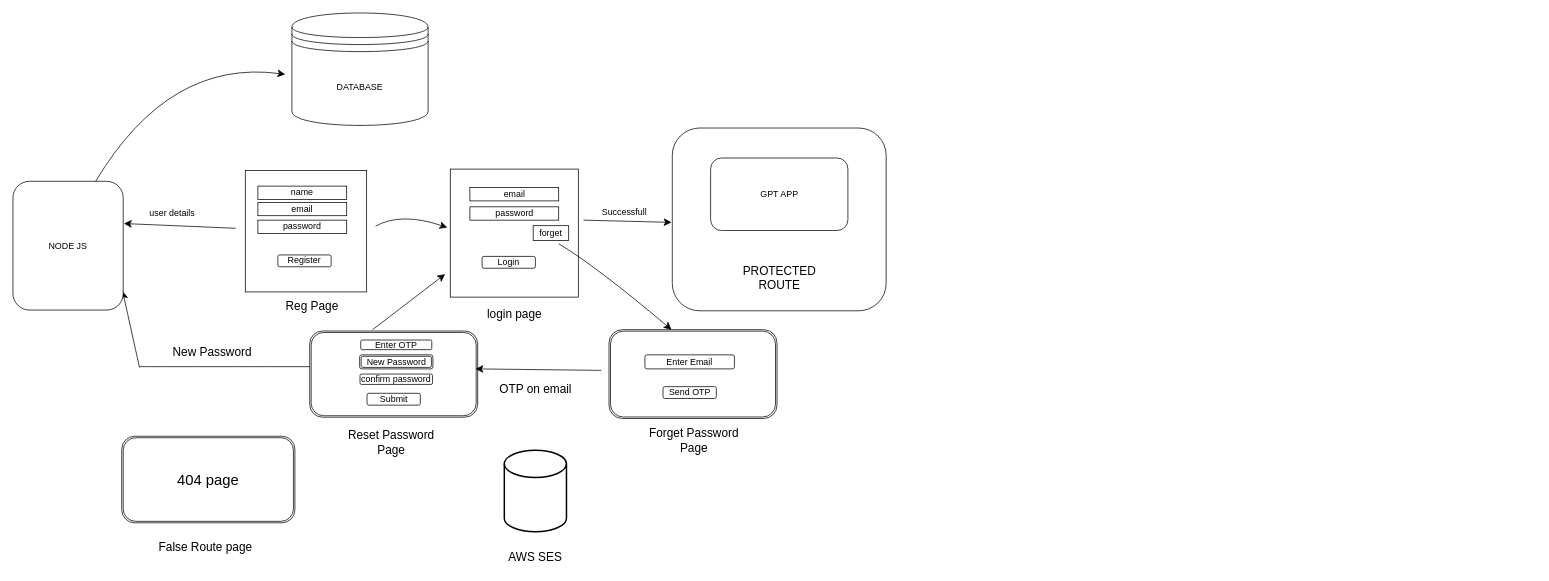
Earlier version of the draw.io diagram Untitled Diagram.drawio (PriyanshuYadavksolves/Blog). Source tidied: cells renumbered, new cells numbered last; positions are measured from the earlier drawing's top-left corner, leaving out a move shared by most shapes. Both pictures are drawn from the tidied source at 74%, with x=0, y=0 at pixel (13, 13).
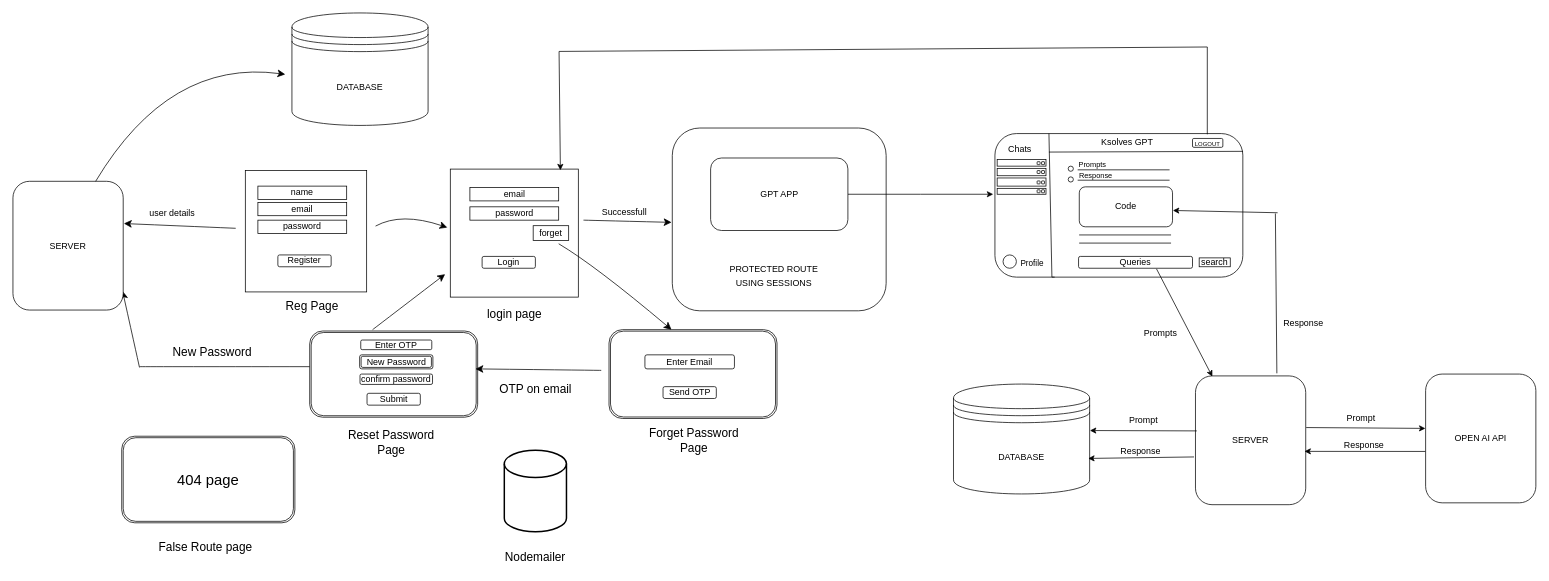
The same diagram, later.

Unchanged cells that the change refers to:
```xml
<mxCell id="8" style="whiteSpace=wrap;html=1;" parent="1" vertex="1">
  <mxGeometry x="591" y="211" width="173" height="173" as="geometry" />
</mxCell>
<mxCell id="42" value="GPT APP" style="rounded=1;whiteSpace=wrap;html=1;" parent="1" vertex="1">
  <mxGeometry x="942.8" y="196" width="185.5" height="98" as="geometry" />
</mxCell>
```

Change to the diagram source:
```diff
@@
-    <mxCell id="39" value="AWS SES" style="text;strokeColor=none;align=center;fillColor=none;html=1;verticalAlign=middle;whiteSpace=wrap;rounded=0;fontSize=16;" parent="1" vertex="1">
+    <mxCell id="39" value="Nodemailer" style="text;strokeColor=none;align=center;fillColor=none;html=1;verticalAlign=middle;whiteSpace=wrap;rounded=0;fontSize=16;" parent="1" vertex="1">
       <mxGeometry x="653" y="720" width="106" height="30" as="geometry" />
     </mxCell>
@@
+    <mxCell id="47" style="edgeStyle=orthogonalEdgeStyle;rounded=0;jettySize=auto;html=1;" parent="1" edge="1" source="42">
+      <mxGeometry relative="1" as="geometry">
+        <mxPoint x="1324.7" y="245" as="targetPoint" />
+      </mxGeometry>
+    </mxCell>
@@
-    <mxCell id="43" value="PROTECTED ROUTE" style="text;strokeColor=none;fillColor=none;html=1;align=center;verticalAlign=middle;whiteSpace=wrap;rounded=0;fontSize=16;" parent="1" vertex="1">
-      <mxGeometry x="977.5" y="343" width="116" height="30" as="geometry" />
+    <mxCell id="43" value="&lt;font style=&quot;font-size: 12px;&quot;&gt;PROTECTED ROUTE USING SESSIONS&lt;/font&gt;" style="text;strokeColor=none;fillColor=none;html=1;align=center;verticalAlign=middle;whiteSpace=wrap;rounded=0;fontSize=16;" parent="1" vertex="1">
+      <mxGeometry x="950.5" y="334" width="155" height="39" as="geometry" />
     </mxCell>
-    <mxCell id="44" value="NODE JS" style="rounded=1;whiteSpace=wrap;html=1;" parent="1" vertex="1">
+    <mxCell id="44" value="SERVER" style="rounded=1;whiteSpace=wrap;html=1;" parent="1" vertex="1">
       <mxGeometry y="227.5" width="149" height="174" as="geometry" />
     </mxCell>
@@
+    <mxCell id="48" style="rounded=1;whiteSpace=wrap;html=1;" parent="1" vertex="1">
+      <mxGeometry x="1327" y="163" width="335" height="194" as="geometry" />
+    </mxCell>
+    <mxCell id="49" style="endArrow=none;html=1;rounded=0;" parent="1" edge="1">
+      <mxGeometry relative="1" as="geometry">
+        <mxPoint x="1400" y="163" as="sourcePoint" />
+        <mxPoint x="1407.7" y="357" as="targetPoint" />
+        <Array as="points">
+          <mxPoint x="1404" y="357" />
+        </Array>
+      </mxGeometry>
+    </mxCell>
+    <mxCell id="50" style="endArrow=none;html=1;rounded=0;entryX=1.001;entryY=0.17;entryDx=0;entryDy=0;entryPerimeter=0;" parent="1" edge="1">
+      <mxGeometry relative="1" as="geometry">
+        <mxPoint x="1400" y="188" as="sourcePoint" />
+        <mxPoint x="1662.3" y="187" as="targetPoint" />
+      </mxGeometry>
+    </mxCell>
+    <mxCell id="51" value="Queries" style="rounded=1;whiteSpace=wrap;html=1;" parent="1" vertex="1">
+      <mxGeometry x="1440" y="329" width="154" height="16" as="geometry" />
+    </mxCell>
+    <mxCell id="52" value="search" style="rounded=0;whiteSpace=wrap;html=1;" parent="1" vertex="1">
+      <mxGeometry x="1603" y="331" width="42" height="12" as="geometry" />
+    </mxCell>
+    <mxCell id="53" value="&lt;font style=&quot;font-size: 8px;&quot;&gt;LOGOUT&lt;/font&gt;" style="rounded=1;whiteSpace=wrap;html=1;" parent="1" vertex="1">
+      <mxGeometry x="1594" y="169.6" width="41" height="12" as="geometry" />
+    </mxCell>
+    <mxCell id="54" style="rounded=0;whiteSpace=wrap;html=1;" parent="1" vertex="1">
+      <mxGeometry x="1330" y="198" width="66" height="9" as="geometry" />
+    </mxCell>
+    <mxCell id="55" style="rounded=0;whiteSpace=wrap;html=1;" parent="1" vertex="1">
+      <mxGeometry x="1330" y="237" width="66" height="8" as="geometry" />
+    </mxCell>
+    <mxCell id="56" style="rounded=0;whiteSpace=wrap;html=1;" parent="1" vertex="1">
+      <mxGeometry x="1330" y="223" width="66" height="11" as="geometry" />
+    </mxCell>
+    <mxCell id="57" style="rounded=0;whiteSpace=wrap;html=1;" parent="1" vertex="1">
+      <mxGeometry x="1330" y="210" width="66" height="10" as="geometry" />
+    </mxCell>
+    <mxCell id="58" value="Code" style="rounded=1;whiteSpace=wrap;html=1;" parent="1" vertex="1">
+      <mxGeometry x="1441" y="235" width="126" height="54" as="geometry" />
+    </mxCell>
+    <mxCell id="59" style="endArrow=none;html=1;rounded=0;exitX=0.618;exitY=0.773;exitDx=0;exitDy=0;exitPerimeter=0;" parent="1" edge="1">
+      <mxGeometry relative="1" as="geometry">
+        <mxPoint x="1563" y="212" as="sourcePoint" />
+        <mxPoint x="1438.8" y="212" as="targetPoint" />
+      </mxGeometry>
+    </mxCell>
+    <mxCell id="60" style="endArrow=none;html=1;rounded=0;exitX=0.618;exitY=0.773;exitDx=0;exitDy=0;exitPerimeter=0;" parent="1" edge="1">
+      <mxGeometry relative="1" as="geometry">
+        <mxPoint x="1565" y="300" as="sourcePoint" />
+        <mxPoint x="1440.8" y="300" as="targetPoint" />
+      </mxGeometry>
+    </mxCell>
+    <mxCell id="61" style="endArrow=none;html=1;rounded=0;exitX=0.618;exitY=0.773;exitDx=0;exitDy=0;exitPerimeter=0;" parent="1" edge="1">
+      <mxGeometry relative="1" as="geometry">
+        <mxPoint x="1565" y="311" as="sourcePoint" />
+        <mxPoint x="1440.8" y="311" as="targetPoint" />
+      </mxGeometry>
+    </mxCell>
+    <mxCell id="62" style="ellipse;whiteSpace=wrap;html=1;" parent="1" vertex="1">
+      <mxGeometry x="1338" y="327" width="18" height="18" as="geometry" />
+    </mxCell>
+    <mxCell id="63" value="Profile" style="endArrow=none;html=1;rounded=0;" parent="1" edge="1">
+      <mxGeometry relative="1" as="geometry">
+        <mxPoint x="1389" y="339" as="sourcePoint" />
+        <mxPoint x="1364.8" y="339" as="targetPoint" />
+      </mxGeometry>
+    </mxCell>
+    <mxCell id="64" style="rounded=1;whiteSpace=wrap;html=1;" parent="1" vertex="1">
+      <mxGeometry x="1390" y="201" width="4" height="4" as="geometry" />
+    </mxCell>
+    <mxCell id="65" style="rounded=1;whiteSpace=wrap;html=1;" parent="1" vertex="1">
+      <mxGeometry x="1384" y="201" width="4" height="4" as="geometry" />
+    </mxCell>
+    <mxCell id="66" style="rounded=1;whiteSpace=wrap;html=1;" parent="1" vertex="1">
+      <mxGeometry x="1390" y="213" width="4" height="4" as="geometry" />
+    </mxCell>
+    <mxCell id="67" style="rounded=1;whiteSpace=wrap;html=1;" parent="1" vertex="1">
+      <mxGeometry x="1384" y="213" width="4" height="4" as="geometry" />
+    </mxCell>
+    <mxCell id="68" style="rounded=1;whiteSpace=wrap;html=1;" parent="1" vertex="1">
+      <mxGeometry x="1390" y="227" width="4" height="4" as="geometry" />
+    </mxCell>
+    <mxCell id="69" style="rounded=1;whiteSpace=wrap;html=1;" parent="1" vertex="1">
+      <mxGeometry x="1384" y="227" width="4" height="4" as="geometry" />
+    </mxCell>
+    <mxCell id="70" style="rounded=1;whiteSpace=wrap;html=1;" parent="1" vertex="1">
+      <mxGeometry x="1390" y="239" width="4" height="4" as="geometry" />
+    </mxCell>
+    <mxCell id="71" style="rounded=1;whiteSpace=wrap;html=1;" parent="1" vertex="1">
+      <mxGeometry x="1384" y="239" width="4" height="4" as="geometry" />
+    </mxCell>
+    <mxCell id="72" style="ellipse;whiteSpace=wrap;html=1;" parent="1" vertex="1">
+      <mxGeometry x="1426" y="207" width="7" height="7" as="geometry" />
+    </mxCell>
+    <mxCell id="73" style="ellipse;whiteSpace=wrap;html=1;" parent="1" vertex="1">
+      <mxGeometry x="1426" y="221.5" width="7" height="7" as="geometry" />
+    </mxCell>
+    <mxCell id="74" style="endArrow=none;html=1;rounded=0;exitX=0.618;exitY=0.773;exitDx=0;exitDy=0;exitPerimeter=0;" parent="1" edge="1">
+      <mxGeometry relative="1" as="geometry">
+        <mxPoint x="1563" y="226" as="sourcePoint" />
+        <mxPoint x="1438.8" y="226" as="targetPoint" />
+      </mxGeometry>
+    </mxCell>
+    <mxCell id="75" value="&lt;font style=&quot;font-size: 10px;&quot;&gt;Prompts&lt;/font&gt;" style="text;strokeColor=none;align=center;fillColor=none;html=1;verticalAlign=middle;whiteSpace=wrap;rounded=0;" parent="1" vertex="1">
+      <mxGeometry x="1412" y="196" width="94" height="15" as="geometry" />
+    </mxCell>
+    <mxCell id="76" value="&lt;span style=&quot;font-size: 10px;&quot;&gt;Response&lt;/span&gt;" style="text;strokeColor=none;align=center;fillColor=none;html=1;verticalAlign=middle;whiteSpace=wrap;rounded=0;" parent="1" vertex="1">
+      <mxGeometry x="1430" y="211" width="67" height="15" as="geometry" />
+    </mxCell>
+    <mxCell id="77" value="Ksolves GPT" style="text;strokeColor=none;align=center;fillColor=none;html=1;verticalAlign=middle;whiteSpace=wrap;rounded=0;" parent="1" vertex="1">
+      <mxGeometry x="1442" y="160" width="128" height="30" as="geometry" />
+    </mxCell>
+    <mxCell id="78" value="SERVER" style="rounded=1;whiteSpace=wrap;html=1;" parent="1" vertex="1">
+      <mxGeometry x="1598" y="490.5" width="149" height="174" as="geometry" />
+    </mxCell>
+    <mxCell id="79" value="DATABASE" style="shape=datastore;whiteSpace=wrap;html=1;" parent="1" vertex="1">
+      <mxGeometry x="1271" y="501.5" width="184" height="148.5" as="geometry" />
+    </mxCell>
+    <mxCell id="80" value="OPEN AI API" style="rounded=1;whiteSpace=wrap;html=1;" parent="1" vertex="1">
+      <mxGeometry x="1909" y="488" width="149" height="174" as="geometry" />
+    </mxCell>
+    <mxCell id="81" style="endArrow=classic;html=1;rounded=0;entryX=0.153;entryY=0.005;entryDx=0;entryDy=0;entryPerimeter=0;exitX=0.684;exitY=1.052;exitDx=0;exitDy=0;exitPerimeter=0;" parent="1" edge="1" source="51" target="78">
+      <mxGeometry relative="1" as="geometry" />
+    </mxCell>
+    <mxCell id="82" style="endArrow=classic;html=1;rounded=0;entryX=1.004;entryY=0.591;entryDx=0;entryDy=0;entryPerimeter=0;" parent="1" edge="1" target="58">
+      <mxGeometry relative="1" as="geometry">
+        <mxPoint x="1709" y="270" as="sourcePoint" />
+      </mxGeometry>
+    </mxCell>
+    <mxCell id="83" style="endArrow=none;html=1;rounded=0;" parent="1" edge="1">
+      <mxGeometry relative="1" as="geometry">
+        <mxPoint x="1708" y="487" as="sourcePoint" />
+        <mxPoint x="1706" y="271" as="targetPoint" />
+      </mxGeometry>
+    </mxCell>
+    <mxCell id="84" value="Prompts" style="text;strokeColor=none;align=center;fillColor=none;html=1;verticalAlign=middle;whiteSpace=wrap;rounded=0;" parent="1" vertex="1">
+      <mxGeometry x="1521.4" y="417.5" width="60" height="30" as="geometry" />
+    </mxCell>
+    <mxCell id="85" value="Response" style="text;strokeColor=none;align=center;fillColor=none;html=1;verticalAlign=middle;whiteSpace=wrap;rounded=0;" parent="1" vertex="1">
+      <mxGeometry x="1714" y="404.9" width="60" height="30" as="geometry" />
+    </mxCell>
+    <mxCell id="86" style="endArrow=classic;html=1;rounded=0;entryX=1.002;entryY=0.423;entryDx=0;entryDy=0;entryPerimeter=0;exitX=0.012;exitY=0.427;exitDx=0;exitDy=0;exitPerimeter=0;" parent="1" edge="1" source="78" target="79">
+      <mxGeometry relative="1" as="geometry" />
+    </mxCell>
+    <mxCell id="87" value="Prompt" style="text;strokeColor=none;align=center;fillColor=none;html=1;verticalAlign=middle;whiteSpace=wrap;rounded=0;" parent="1" vertex="1">
+      <mxGeometry x="1497.7" y="535.3" width="60" height="30" as="geometry" />
+    </mxCell>
+    <mxCell id="88" style="endArrow=classic;html=1;rounded=0;entryX=-0.002;entryY=0.422;entryDx=0;entryDy=0;entryPerimeter=0;exitX=1.004;exitY=0.401;exitDx=0;exitDy=0;exitPerimeter=0;" parent="1" edge="1" source="78" target="80">
+      <mxGeometry relative="1" as="geometry" />
+    </mxCell>
+    <mxCell id="89" value="Prompt" style="text;strokeColor=none;align=center;fillColor=none;html=1;verticalAlign=middle;whiteSpace=wrap;rounded=0;" parent="1" vertex="1">
+      <mxGeometry x="1791.5" y="532.5" width="60" height="30" as="geometry" />
+    </mxCell>
+    <mxCell id="90" style="endArrow=classic;html=1;rounded=0;entryX=0.989;entryY=0.586;entryDx=0;entryDy=0;entryPerimeter=0;exitX=-0.002;exitY=0.601;exitDx=0;exitDy=0;exitPerimeter=0;" parent="1" edge="1" source="80" target="78">
+      <mxGeometry relative="1" as="geometry" />
+    </mxCell>
+    <mxCell id="91" value="Response" style="text;strokeColor=none;align=center;fillColor=none;html=1;verticalAlign=middle;whiteSpace=wrap;rounded=0;" parent="1" vertex="1">
+      <mxGeometry x="1795.6" y="568.9" width="60" height="30" as="geometry" />
+    </mxCell>
+    <mxCell id="92" style="endArrow=classic;html=1;rounded=0;entryX=0.989;entryY=0.586;entryDx=0;entryDy=0;entryPerimeter=0;" parent="1" edge="1">
+      <mxGeometry relative="1" as="geometry">
+        <mxPoint x="1596" y="600" as="sourcePoint" />
+        <mxPoint x="1453" y="602" as="targetPoint" />
+      </mxGeometry>
+    </mxCell>
+    <mxCell id="93" value="Response" style="text;strokeColor=none;align=center;fillColor=none;html=1;verticalAlign=middle;whiteSpace=wrap;rounded=0;" parent="1" vertex="1">
+      <mxGeometry x="1493.8" y="577.1" width="60" height="30" as="geometry" />
+    </mxCell>
+    <mxCell id="94" style="endArrow=classic;html=1;rounded=0;entryX=0.86;entryY=0.009;entryDx=0;entryDy=0;entryPerimeter=0;" parent="1" edge="1" target="8">
+      <mxGeometry relative="1" as="geometry">
+        <mxPoint x="1614" y="164" as="sourcePoint" />
+        <Array as="points">
+          <mxPoint x="1614" y="46" />
+          <mxPoint x="738" y="52" />
+        </Array>
+      </mxGeometry>
+    </mxCell>
+    <mxCell id="95" value="Chats" style="text;strokeColor=none;align=center;fillColor=none;html=1;verticalAlign=middle;whiteSpace=wrap;rounded=0;" parent="1" vertex="1">
+      <mxGeometry x="1330.7" y="169.6" width="60" height="30" as="geometry" />
+    </mxCell>
```
